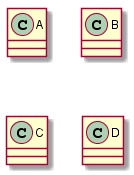
The PlantUML diagram UML parser/output.png in DhirajGurnani/umlparsercmpe202, before a commit.
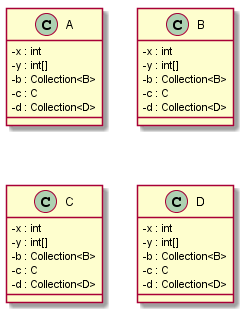
After the change.

Commit message:
output having some issues

What changed in the source:
```diff
@@ -1,6 +1,31 @@
 @startuml
-class A
-class B
-class C
-class D
+skinparam classAttributeIconSize 0
+class A{
+-x : int
+-y : int[]
+-b : Collection<B>
+-c : C
+-d : Collection<D>
+}
+class B{
+-x : int
+-y : int[]
+-b : Collection<B>
+-c : C
+-d : Collection<D>
+}
+class C{
+-x : int
+-y : int[]
+-b : Collection<B>
+-c : C
+-d : Collection<D>
+}
+class D{
+-x : int
+-y : int[]
+-b : Collection<B>
+-c : C
+-d : Collection<D>
+}
 @enduml
```
